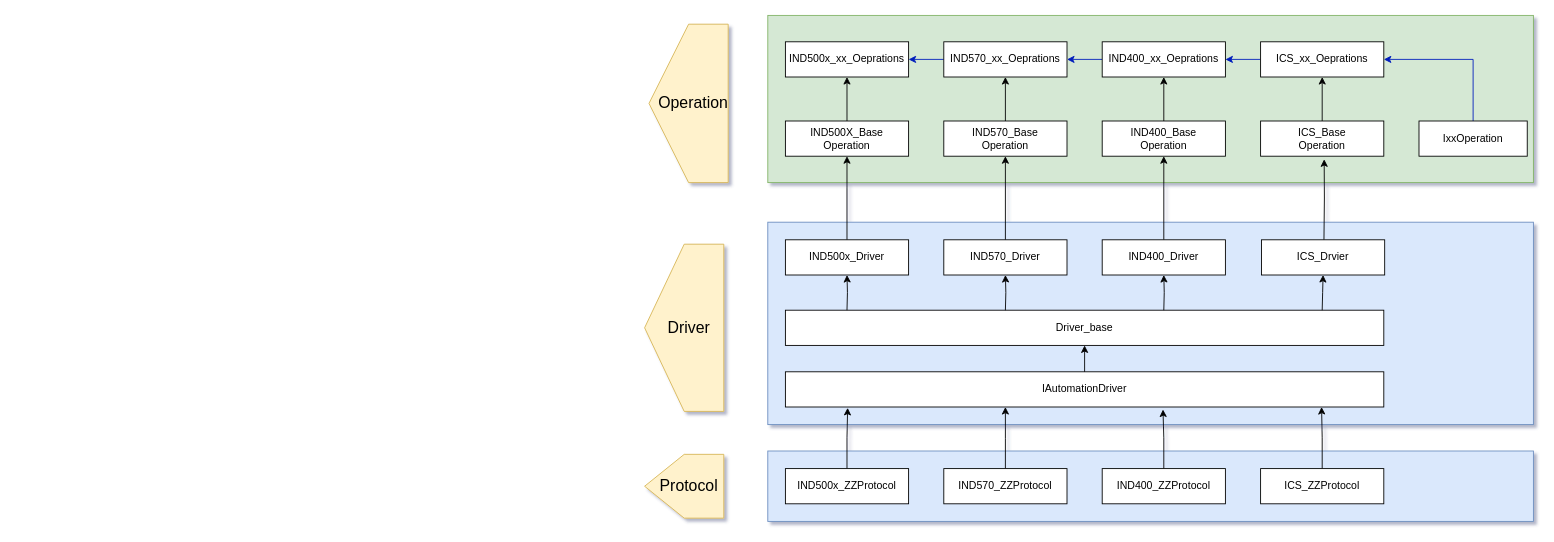
This is 未命名绘图.drawio from WindMoon111/hello_world, a draw.io file, before an edit. Source tidied: cells renumbered, new cells numbered last; positions are measured from the earlier drawing's top-left corner, leaving out a move shared by most shapes. Both pictures are drawn from the tidied source at 88%, with x=0, y=0 at pixel (644, 15).
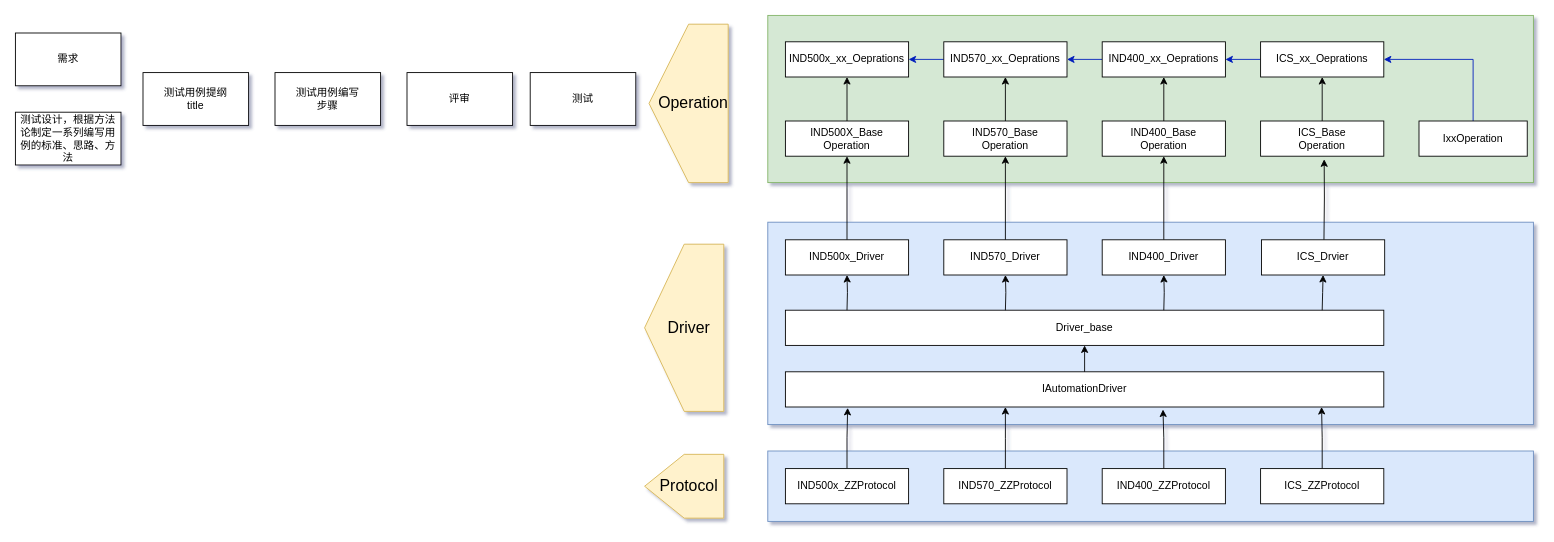
The same page after the edit.

Commit message:
更新未命名绘图.drawio

The edit, as a diff of the source:
```diff
@@
+    <mxCell id="51" value="需求" style="rounded=0;whiteSpace=wrap;html=1;" parent="1" vertex="1">
+      <mxGeometry x="-715" y="20" width="120" height="60" as="geometry" />
+    </mxCell>
+    <mxCell id="52" value="测试设计，根据方法论制定一系列编写用例的标准、思路、方法" style="rounded=0;whiteSpace=wrap;html=1;" parent="1" vertex="1">
+      <mxGeometry x="-715" y="110" width="120" height="60" as="geometry" />
+    </mxCell>
+    <mxCell id="53" value="测试用例提纲&lt;br&gt;title" style="rounded=0;whiteSpace=wrap;html=1;" parent="1" vertex="1">
+      <mxGeometry x="-570" y="65" width="120" height="60" as="geometry" />
+    </mxCell>
+    <mxCell id="54" value="测试用例编写&lt;br&gt;步骤" style="rounded=0;whiteSpace=wrap;html=1;" parent="1" vertex="1">
+      <mxGeometry x="-420" y="65" width="120" height="60" as="geometry" />
+    </mxCell>
+    <mxCell id="55" value="评审" style="rounded=0;whiteSpace=wrap;html=1;" parent="1" vertex="1">
+      <mxGeometry x="-270" y="65" width="120" height="60" as="geometry" />
+    </mxCell>
+    <mxCell id="56" value="测试" style="rounded=0;whiteSpace=wrap;html=1;" parent="1" vertex="1">
+      <mxGeometry x="-130" y="65" width="120" height="60" as="geometry" />
+    </mxCell>
```
